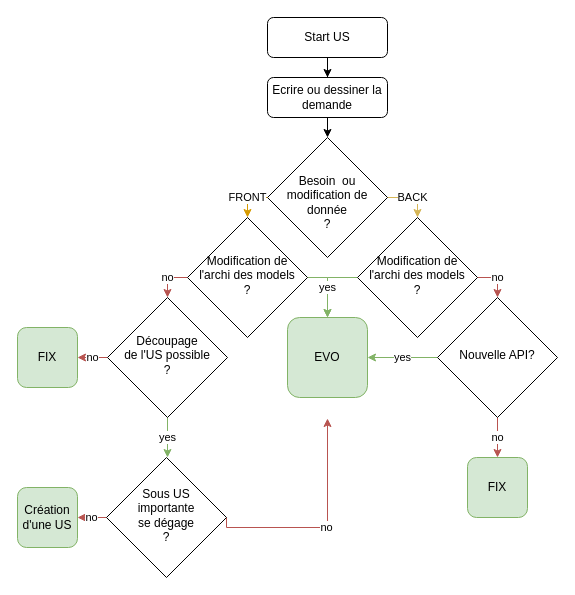
This is images/schema for do us.drawio from fjulien/My-book, a draw.io file, before an edit. Source tidied: cells renumbered, new cells numbered last; positions are measured from the earlier drawing's top-left corner, leaving out a move shared by most shapes. Both pictures are drawn from the tidied source at 100%, with x=0, y=0 at pixel (17, 17).
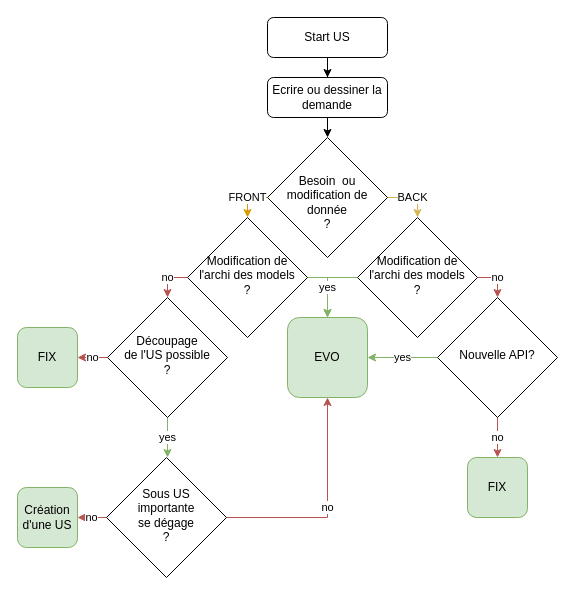
Above is the later version.

The change refers to these unchanged cells:
```xml
<mxCell id="15" value="&lt;div&gt;EVO&lt;br&gt;&lt;/div&gt;" style="rounded=1;whiteSpace=wrap;html=1;fontSize=12;glass=0;strokeWidth=1;shadow=0;fillColor=#d5e8d4;strokeColor=#82b366;" parent="1" vertex="1">
  <mxGeometry x="270" y="300" width="80" height="80" as="geometry" />
</mxCell>
<mxCell id="24" value="&lt;div&gt;Sous US&lt;/div&gt;&lt;div&gt; importante &lt;br&gt;&lt;/div&gt;&lt;div&gt;se dégage&lt;/div&gt;&lt;div&gt;?&lt;br&gt;&lt;/div&gt;" style="rhombus;whiteSpace=wrap;html=1;shadow=0;fontFamily=Helvetica;fontSize=12;align=center;strokeWidth=1;spacing=6;spacingTop=-4;" parent="1" vertex="1">
  <mxGeometry x="89" y="440" width="120" height="120" as="geometry" />
</mxCell>
```

What changed in the source:
```diff
@@
-    <mxCell id="22" value="no" style="edgeStyle=orthogonalEdgeStyle;rounded=0;jettySize=auto;html=1;fillColor=#f8cecc;strokeColor=#b85450;exitX=1;exitY=0.5;exitDx=0;exitDy=0;" parent="1" edge="1" source="24">
+    <mxCell id="22" value="no" style="edgeStyle=orthogonalEdgeStyle;rounded=0;jettySize=auto;html=1;fillColor=#f8cecc;strokeColor=#b85450;exitX=1;exitY=0.5;exitDx=0;exitDy=0;entryX=0.5;entryY=1;entryDx=0;entryDy=0;" parent="1" edge="1" source="24" target="15">
       <mxGeometry relative="1" as="geometry">
-        <mxPoint x="310" y="401" as="targetPoint" />
         <Array as="points">
-          <mxPoint x="310" y="510" />
+          <mxPoint x="310" y="500" />
         </Array>
       </mxGeometry>
     </mxCell>
```
